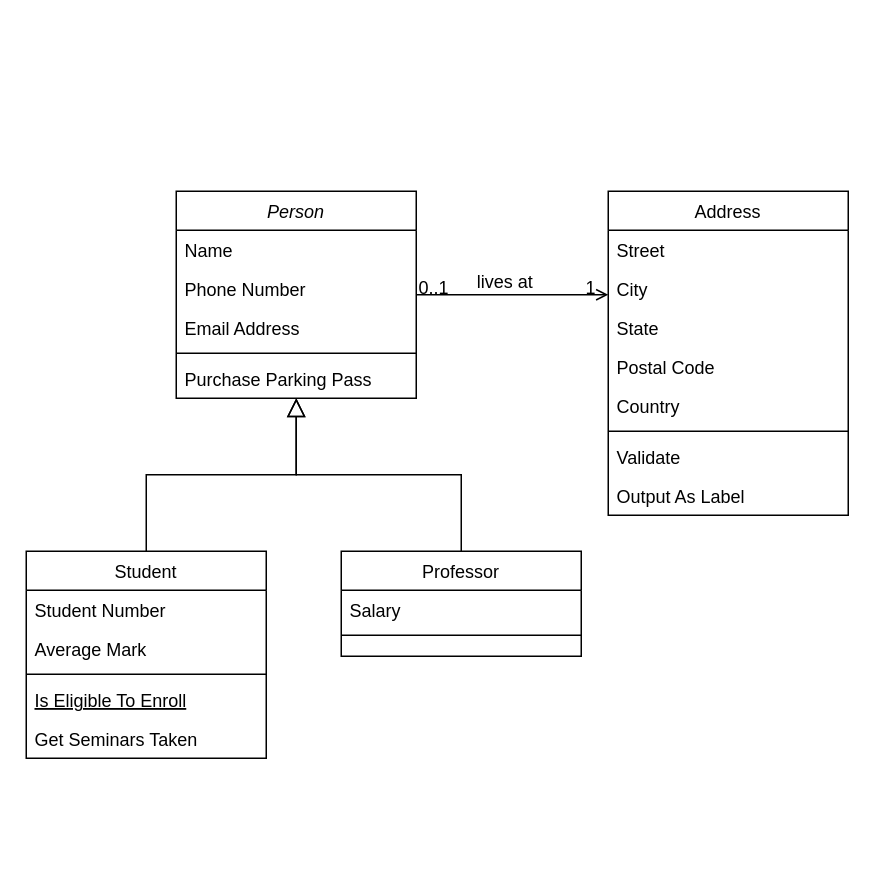
Earlier version of the draw.io diagram Диаграмма без названия.drawio (MaksParkin2k04/LR). Source tidied: cells renumbered, new cells numbered last; positions are measured from the earlier drawing's top-left corner, leaving out a move shared by most shapes. Both pictures are drawn from the tidied source at 150%, with x=0, y=0 at pixel (26, 190).
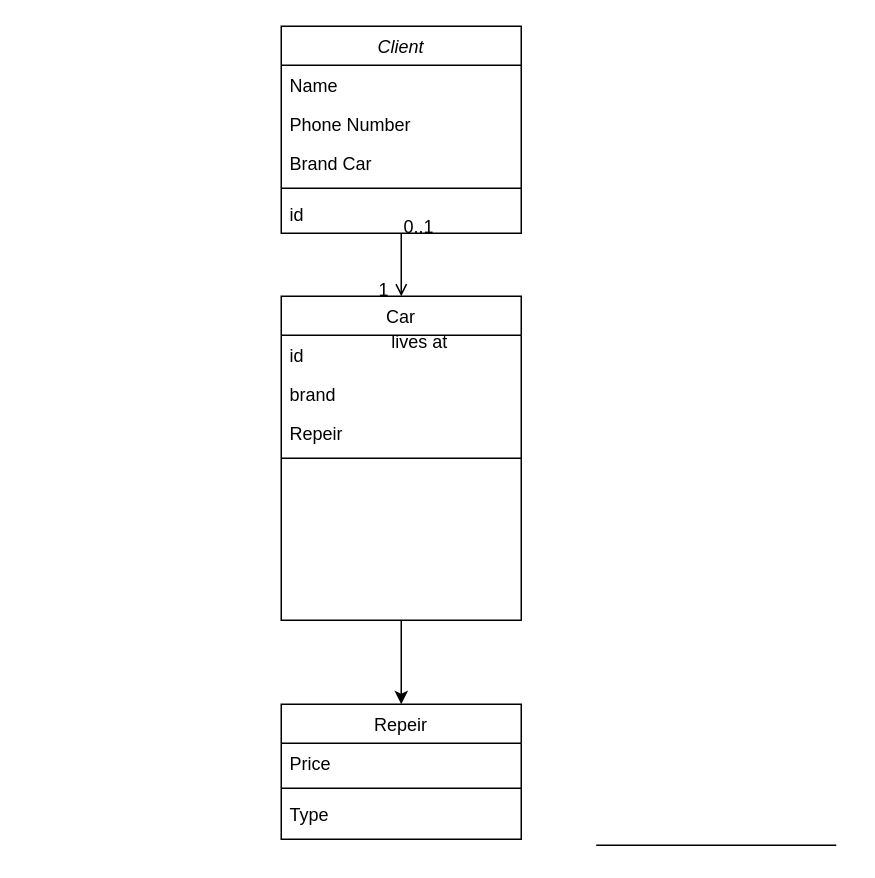
The same page after the edit.

Diff of the diagram source:
```diff
@@
-    <mxCell id="2" value="Person" style="swimlane;fontStyle=2;align=center;verticalAlign=top;horizontal=1;startSize=26;rounded=0;shadow=0;strokeWidth=1;" parent="1" vertex="1">
-      <mxGeometry x="100" width="160" height="138" as="geometry" />
+    <mxCell id="2" value="Client" style="swimlane;fontStyle=2;align=center;verticalAlign=top;horizontal=1;startSize=26;rounded=0;shadow=0;strokeWidth=1;" parent="1" vertex="1">
+      <mxGeometry x="170" y="-110" width="160" height="138" as="geometry" />
     </mxCell>
@@
-    <mxCell id="5" value="Email Address" style="text;align=left;verticalAlign=top;spacingLeft=4;spacingRight=4;overflow=hidden;rounded=0;shadow=0;html=0;" parent="2" vertex="1">
+    <mxCell id="5" value="Brand Car" style="text;align=left;verticalAlign=top;spacingLeft=4;spacingRight=4;overflow=hidden;rounded=0;shadow=0;html=0;" parent="2" vertex="1">
       <mxGeometry y="78" width="160" height="26" as="geometry" />
     </mxCell>
@@
-    <mxCell id="7" value="Purchase Parking Pass" style="text;align=left;verticalAlign=top;spacingLeft=4;spacingRight=4;overflow=hidden;" parent="2" vertex="1">
-      <mxGeometry y="112" width="160" height="26" as="geometry" />
-    </mxCell>
-    <mxCell id="8" value="Student" style="swimlane;fontStyle=0;align=center;verticalAlign=top;horizontal=1;startSize=26;rounded=0;shadow=0;strokeWidth=1;" parent="1" vertex="1">
-      <mxGeometry y="240" width="160" height="138" as="geometry" />
-    </mxCell>
-    <mxCell id="9" value="Student Number" style="text;align=left;verticalAlign=top;spacingLeft=4;spacingRight=4;overflow=hidden;" parent="8" vertex="1">
-      <mxGeometry y="26" width="160" height="26" as="geometry" />
-    </mxCell>
-    <mxCell id="10" value="Average Mark" style="text;align=left;verticalAlign=top;spacingLeft=4;spacingRight=4;overflow=hidden;rounded=0;shadow=0;html=0;" parent="8" vertex="1">
-      <mxGeometry y="52" width="160" height="26" as="geometry" />
-    </mxCell>
-    <mxCell id="11" style="line;html=1;strokeWidth=1;align=left;verticalAlign=middle;spacingTop=-1;spacingLeft=3;spacingRight=3;labelPosition=right;" parent="8" vertex="1">
-      <mxGeometry y="78" width="160" height="8" as="geometry" />
-    </mxCell>
-    <mxCell id="12" value="Is Eligible To Enroll" style="text;align=left;verticalAlign=top;spacingLeft=4;spacingRight=4;overflow=hidden;fontStyle=4;" parent="8" vertex="1">
-      <mxGeometry y="86" width="160" height="26" as="geometry" />
-    </mxCell>
-    <mxCell id="13" value="Get Seminars Taken" style="text;align=left;verticalAlign=top;spacingLeft=4;spacingRight=4;overflow=hidden;" parent="8" vertex="1">
-      <mxGeometry y="112" width="160" height="26" as="geometry" />
-    </mxCell>
-    <mxCell id="14" style="endArrow=block;endSize=10;endFill=0;shadow=0;strokeWidth=1;rounded=0;curved=0;edgeStyle=elbowEdgeStyle;elbow=vertical;" parent="1" edge="1" source="8" target="2">
-      <mxGeometry relative="1" as="geometry" />
-    </mxCell>
+    <mxCell id="32" value="id" style="text;align=left;verticalAlign=top;spacingLeft=4;spacingRight=4;overflow=hidden;rounded=0;shadow=0;html=0;" parent="2" vertex="1">
+      <mxGeometry y="112" width="160" height="26" as="geometry" />
+    </mxCell>
-    <mxCell id="15" value="Professor" style="swimlane;fontStyle=0;align=center;verticalAlign=top;horizontal=1;startSize=26;rounded=0;shadow=0;strokeWidth=1;" parent="1" vertex="1">
-      <mxGeometry x="210" y="240" width="160" height="70" as="geometry" />
+    <mxCell id="15" value="Repeir" style="swimlane;fontStyle=0;align=center;verticalAlign=top;horizontal=1;startSize=26;rounded=0;shadow=0;strokeWidth=1;" parent="1" vertex="1">
+      <mxGeometry x="170" y="342" width="160" height="90" as="geometry" />
     </mxCell>
-    <mxCell id="16" value="Salary" style="text;align=left;verticalAlign=top;spacingLeft=4;spacingRight=4;overflow=hidden;" parent="15" vertex="1">
+    <mxCell id="16" value="Price" style="text;align=left;verticalAlign=top;spacingLeft=4;spacingRight=4;overflow=hidden;" parent="15" vertex="1">
       <mxGeometry y="26" width="160" height="26" as="geometry" />
     </mxCell>
@@
-    <mxCell id="18" style="endArrow=block;endSize=10;endFill=0;shadow=0;strokeWidth=1;rounded=0;curved=0;edgeStyle=elbowEdgeStyle;elbow=vertical;" parent="1" edge="1" source="15" target="2">
-      <mxGeometry relative="1" as="geometry" />
-    </mxCell>
+    <mxCell id="33" value="Type" style="text;align=left;verticalAlign=top;spacingLeft=4;spacingRight=4;overflow=hidden;" parent="15" vertex="1">
+      <mxGeometry y="60" width="160" height="26" as="geometry" />
+    </mxCell>
+    <mxCell id="34" style="edgeStyle=orthogonalEdgeStyle;rounded=0;jettySize=auto;html=1;" parent="1" edge="1" source="19" target="15">
+      <mxGeometry relative="1" as="geometry" />
+    </mxCell>
-    <mxCell id="19" value="Address" style="swimlane;fontStyle=0;align=center;verticalAlign=top;horizontal=1;startSize=26;rounded=0;shadow=0;strokeWidth=1;" parent="1" vertex="1">
-      <mxGeometry x="388" width="160" height="216" as="geometry" />
+    <mxCell id="19" value="Car" style="swimlane;fontStyle=0;align=center;verticalAlign=top;horizontal=1;startSize=26;rounded=0;shadow=0;strokeWidth=1;" parent="1" vertex="1">
+      <mxGeometry x="170" y="70" width="160" height="216" as="geometry" />
     </mxCell>
-    <mxCell id="20" value="Street" style="text;align=left;verticalAlign=top;spacingLeft=4;spacingRight=4;overflow=hidden;" parent="19" vertex="1">
+    <mxCell id="20" value="id" style="text;align=left;verticalAlign=top;spacingLeft=4;spacingRight=4;overflow=hidden;" parent="19" vertex="1">
       <mxGeometry y="26" width="160" height="26" as="geometry" />
     </mxCell>
-    <mxCell id="21" value="City" style="text;align=left;verticalAlign=top;spacingLeft=4;spacingRight=4;overflow=hidden;rounded=0;shadow=0;html=0;" parent="19" vertex="1">
+    <mxCell id="21" value="brand" style="text;align=left;verticalAlign=top;spacingLeft=4;spacingRight=4;overflow=hidden;rounded=0;shadow=0;html=0;" parent="19" vertex="1">
       <mxGeometry y="52" width="160" height="26" as="geometry" />
     </mxCell>
-    <mxCell id="22" value="State" style="text;align=left;verticalAlign=top;spacingLeft=4;spacingRight=4;overflow=hidden;rounded=0;shadow=0;html=0;" parent="19" vertex="1">
+    <mxCell id="22" value="Repeir" style="text;align=left;verticalAlign=top;spacingLeft=4;spacingRight=4;overflow=hidden;rounded=0;shadow=0;html=0;" parent="19" vertex="1">
       <mxGeometry y="78" width="160" height="26" as="geometry" />
     </mxCell>
-    <mxCell id="23" value="Postal Code" style="text;align=left;verticalAlign=top;spacingLeft=4;spacingRight=4;overflow=hidden;rounded=0;shadow=0;html=0;" parent="19" vertex="1">
-      <mxGeometry y="104" width="160" height="26" as="geometry" />
-    </mxCell>
-    <mxCell id="24" value="Country" style="text;align=left;verticalAlign=top;spacingLeft=4;spacingRight=4;overflow=hidden;rounded=0;shadow=0;html=0;" parent="19" vertex="1">
-      <mxGeometry y="130" width="160" height="26" as="geometry" />
-    </mxCell>
     <mxCell id="25" style="line;html=1;strokeWidth=1;align=left;verticalAlign=middle;spacingTop=-1;spacingLeft=3;spacingRight=3;labelPosition=right;" parent="19" vertex="1">
-      <mxGeometry y="156" width="160" height="8" as="geometry" />
+      <mxGeometry y="104" width="160" height="8" as="geometry" />
     </mxCell>
-    <mxCell id="26" value="Validate" style="text;align=left;verticalAlign=top;spacingLeft=4;spacingRight=4;overflow=hidden;" parent="19" vertex="1">
-      <mxGeometry y="164" width="160" height="26" as="geometry" />
-    </mxCell>
-    <mxCell id="27" value="Output As Label" style="text;align=left;verticalAlign=top;spacingLeft=4;spacingRight=4;overflow=hidden;" parent="19" vertex="1">
-      <mxGeometry y="190" width="160" height="26" as="geometry" />
-    </mxCell>
@@
+    <mxCell id="35" style="line;html=1;strokeWidth=1;align=left;verticalAlign=middle;spacingTop=-1;spacingLeft=3;spacingRight=3;labelPosition=right;" parent="1" vertex="1">
+      <mxGeometry x="380" y="432" width="160" height="8" as="geometry" />
+    </mxCell>
```
